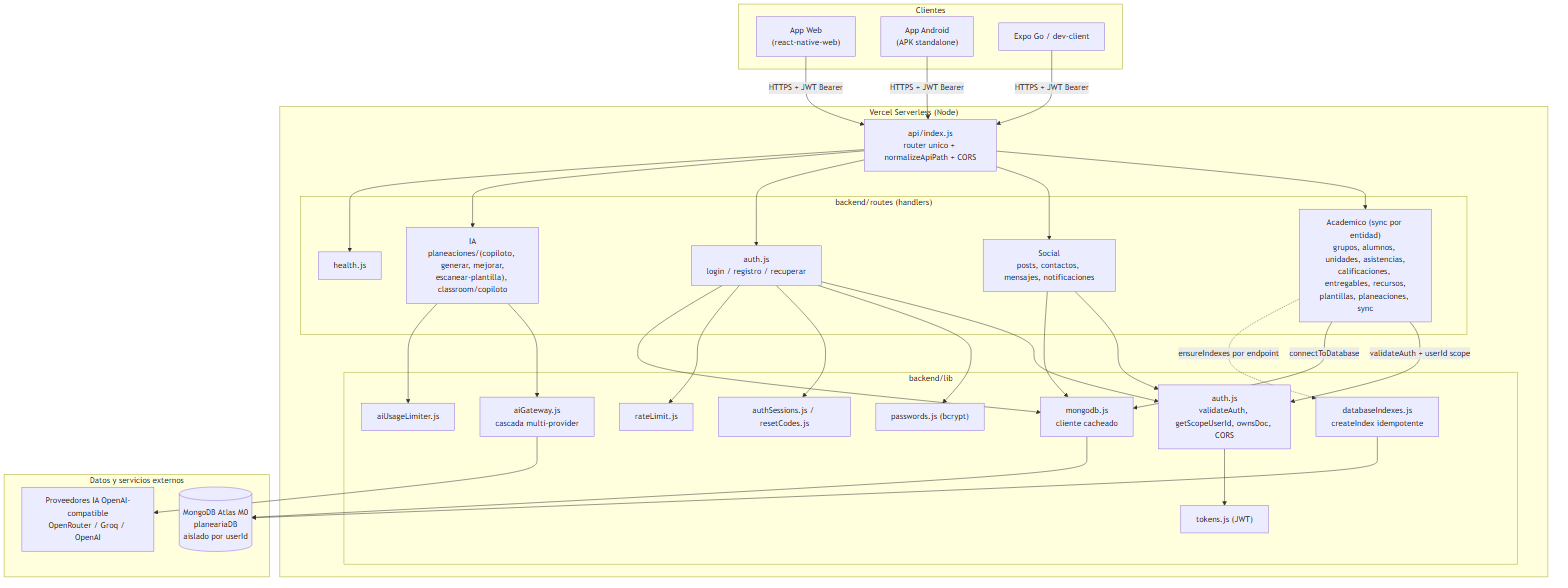
RitualBoat/PlanearIA keeps this Mermaid diagram as Documentacion/06-diagramas/img/01-arquitectura-backend.png. Above is the earlier version. Its source is kept beside it as Documentacion/06-diagramas/01-arquitectura-backend.mmd.
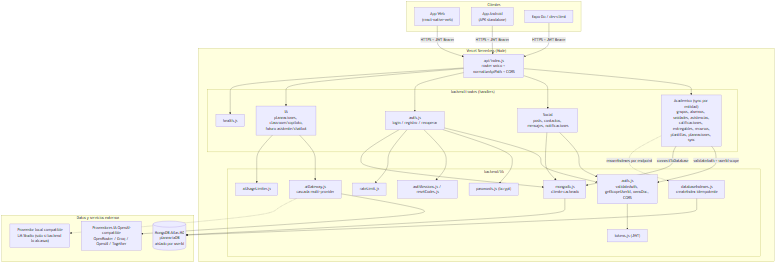
The same diagram one commit later.

The edit, as a diff of the source:
```diff
@@ -12,7 +12,7 @@
             acad["Academico (sync por entidad)<br/>grupos, alumnos, unidades, asistencias,<br/>calificaciones, entregables, recursos,<br/>plantillas, planeaciones, sync"]
             social["Social<br/>posts, contactos, mensajes, notificaciones"]
             authr["auth.js<br/>login / registro / recuperar"]
-            ai["IA<br/>planeaciones/(copiloto, generar, mejorar,<br/>escanear-plantilla), classroom/copiloto"]
+            ai["IA<br/>planeaciones, classroom/copiloto,<br/>futuro asistente/chatbot"]
             health["health.js"]
         end
 
@@ -31,7 +31,8 @@
 
     subgraph data["Datos y servicios externos"]
         mongo[("MongoDB Atlas M0<br/>planeariaDB<br/>aislado por userId")]
-        providers["Proveedores IA OpenAI-compatible<br/>OpenRouter / Groq / OpenAI"]
+        providers["Proveedores IA OpenAI-compatible<br/>OpenRouter / Groq / OpenAI / Together"]
+        localai["Proveedor local compatible<br/>LM Studio (solo si backend lo alcanza)"]
     end
 
     web -->|"HTTPS + JWT Bearer"| router
@@ -62,3 +63,4 @@
     ai --> aigw
     ai --> ailimit
     aigw --> providers
+    aigw -.-> localai
```
